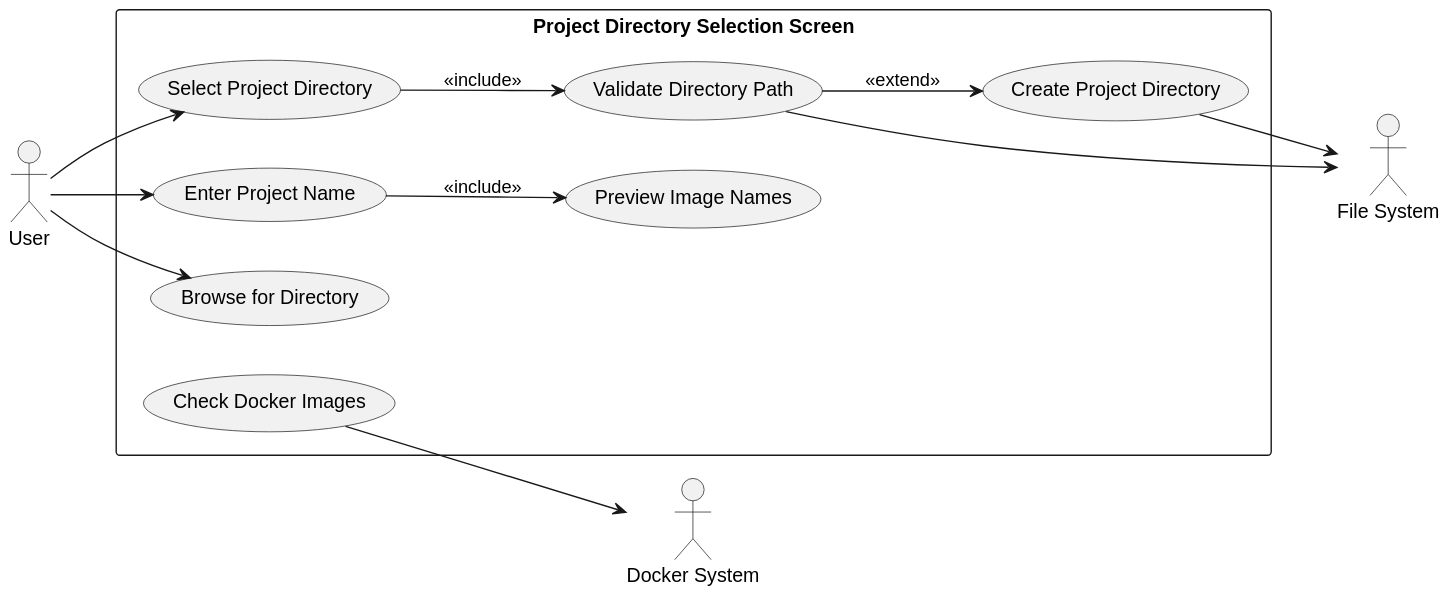
Earlier version of the PlantUML export context/plans/gui/screens/sc-1/figures/sc1/use-cases.svg (igamenovoer/PeiDocker). Its diagram source:
```plantuml
@startuml
left to right direction
actor "User" as user
actor "File System" as fs
actor "Docker System" as docker

rectangle "Project Directory Selection Screen" {
  usecase "Select Project Directory" as UC1
  usecase "Enter Project Name" as UC2
  usecase "Browse for Directory" as UC3
  usecase "Validate Directory Path" as UC4
  usecase "Create Project Directory" as UC5
  usecase "Check Docker Images" as UC6
  usecase "Preview Image Names" as UC7
}

user --> UC1
user --> UC2
user --> UC3
UC1 --> UC4 : <<include>>
UC4 --> UC5 : <<extend>>
UC2 --> UC7 : <<include>>
UC6 --> docker
UC4 --> fs
UC5 --> fs
@enduml
```
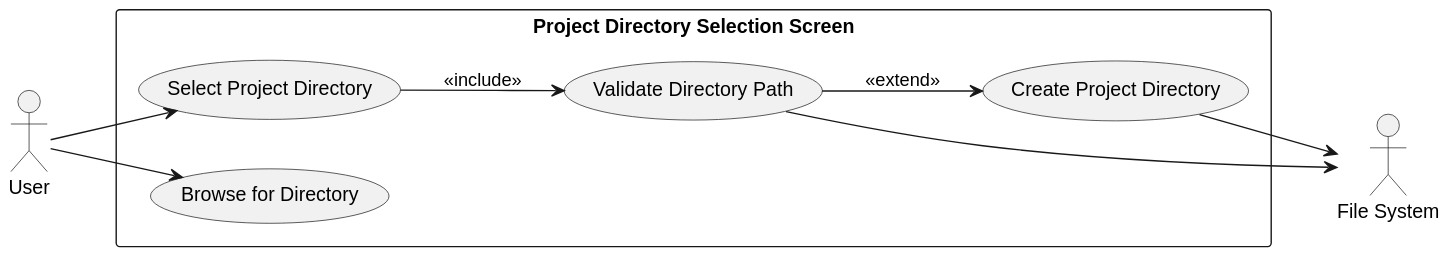
After the change.

What changed in the source:
```diff
@@ -2,25 +2,18 @@
 left to right direction
 actor "User" as user
 actor "File System" as fs
-actor "Docker System" as docker
 
 rectangle "Project Directory Selection Screen" {
   usecase "Select Project Directory" as UC1
-  usecase "Enter Project Name" as UC2
-  usecase "Browse for Directory" as UC3
-  usecase "Validate Directory Path" as UC4
-  usecase "Create Project Directory" as UC5
-  usecase "Check Docker Images" as UC6
-  usecase "Preview Image Names" as UC7
+  usecase "Browse for Directory" as UC2
+  usecase "Validate Directory Path" as UC3
+  usecase "Create Project Directory" as UC4
 }
 
 user --> UC1
 user --> UC2
-user --> UC3
-UC1 --> UC4 : <<include>>
-UC4 --> UC5 : <<extend>>
-UC2 --> UC7 : <<include>>
-UC6 --> docker
+UC1 --> UC3 : <<include>>
+UC3 --> UC4 : <<extend>>
+UC3 --> fs
 UC4 --> fs
-UC5 --> fs
 @enduml
```
